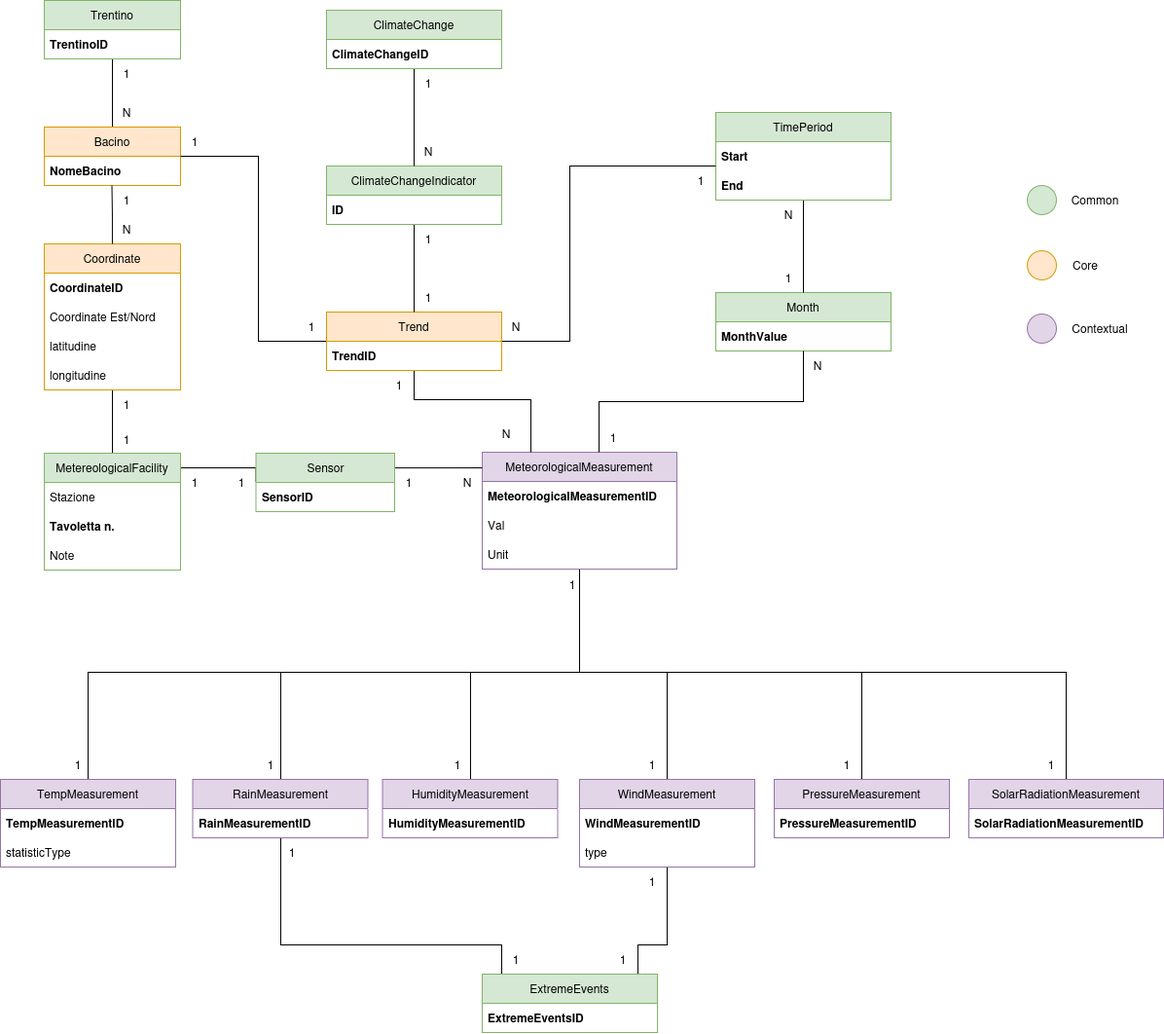
Before: Documentation/images/ER.png, a diagram exported from draw.io (zerise000/KG_Project2025_ClimateChange). Source tidied: cells renumbered, new cells last; positions are measured from the earlier drawing's top-left corner, leaving out a move shared by most shapes.
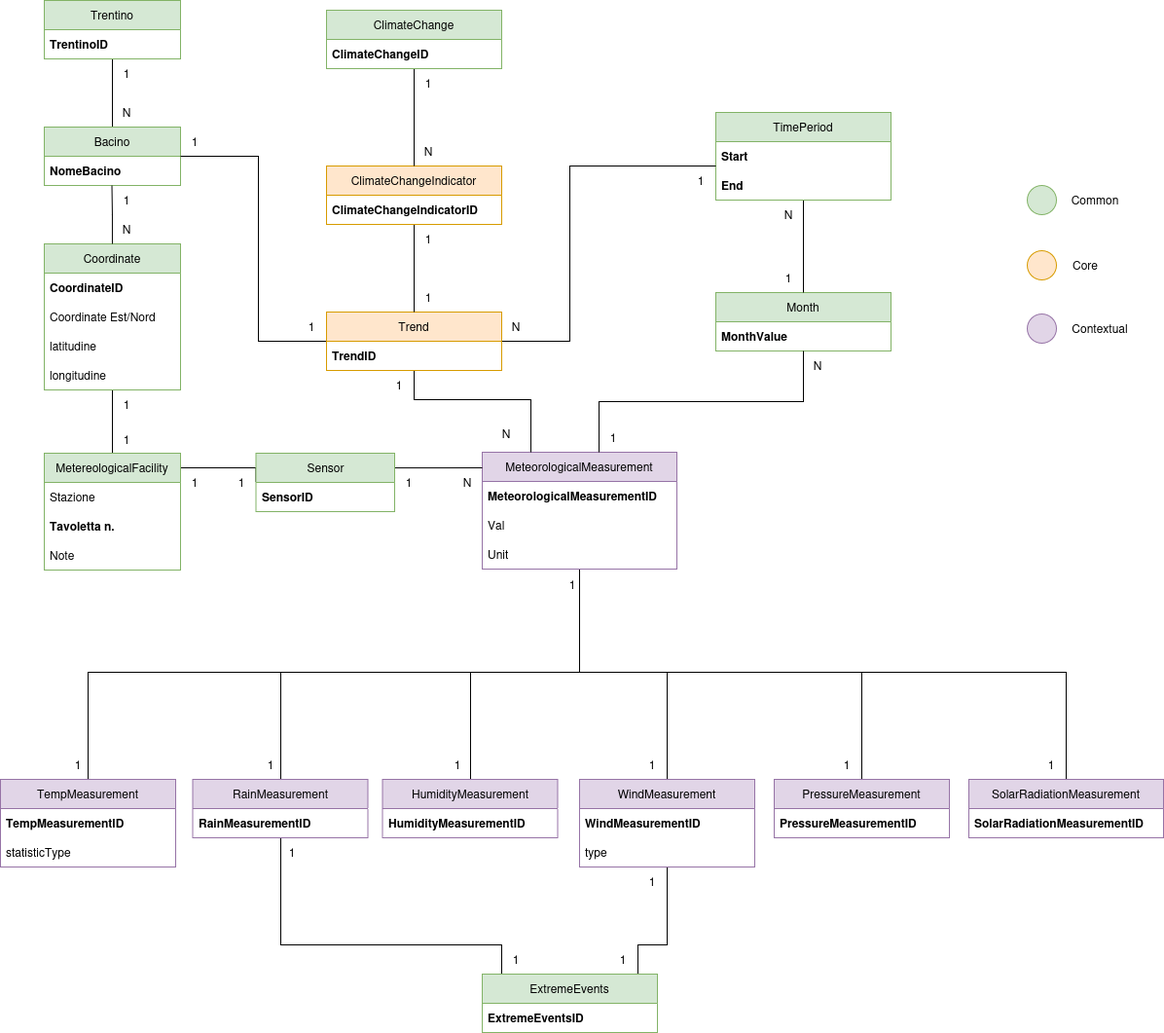
After the commit.

The edit, as a diff of the source:
```diff
@@ -84,7 +84,7 @@
     <mxCell id="17" value="Unit" style="text;strokeColor=none;fillColor=none;align=left;verticalAlign=middle;spacingLeft=4;spacingRight=4;overflow=hidden;whiteSpace=wrap;html=1;labelBackgroundColor=none;" parent="14" vertex="1">
       <mxGeometry y="90" width="200" height="30" as="geometry" />
     </mxCell>
-    <mxCell id="18" value="Coordinate" style="swimlane;fontStyle=0;horizontal=1;startSize=30;whiteSpace=wrap;html=1;labelBackgroundColor=none;fillColor=#ffe6cc;strokeColor=#d79b00;" parent="1" vertex="1">
+    <mxCell id="18" value="Coordinate" style="swimlane;fontStyle=0;horizontal=1;startSize=30;whiteSpace=wrap;html=1;labelBackgroundColor=none;fillColor=#d5e8d4;strokeColor=#82b366;" parent="1" vertex="1">
       <mxGeometry x="45" y="250" width="140" height="150" as="geometry" />
     </mxCell>
     <mxCell id="19" value="CoordinateID" style="text;strokeColor=none;fillColor=none;align=left;verticalAlign=middle;spacingLeft=4;spacingRight=4;overflow=hidden;whiteSpace=wrap;html=1;labelBackgroundColor=none;fontStyle=1;" parent="18" vertex="1">
@@ -102,7 +102,7 @@
     <mxCell id="23" style="edgeStyle=orthogonalEdgeStyle;rounded=0;jettySize=auto;html=1;entryX=0.5;entryY=1;entryDx=0;entryDy=0;endArrow=none;endFill=0;" parent="1" edge="1" source="24" target="26">
       <mxGeometry relative="1" as="geometry" />
     </mxCell>
-    <mxCell id="24" value="Bacino" style="swimlane;fontStyle=0;horizontal=1;startSize=30;whiteSpace=wrap;html=1;labelBackgroundColor=none;fillColor=#ffe6cc;strokeColor=#d79b00;" parent="1" vertex="1">
+    <mxCell id="24" value="Bacino" style="swimlane;fontStyle=0;horizontal=1;startSize=30;whiteSpace=wrap;html=1;labelBackgroundColor=none;fillColor=#d5e8d4;strokeColor=#82b366;" parent="1" vertex="1">
       <mxGeometry x="45" y="130" width="140" height="60" as="geometry" />
     </mxCell>
     <mxCell id="25" value="NomeBacino" style="text;strokeColor=none;fillColor=none;align=left;verticalAlign=middle;spacingLeft=4;spacingRight=4;overflow=hidden;points=[[0,0.5],[1,0.5]];portConstraint=eastwest;whiteSpace=wrap;html=1;labelBackgroundColor=none;fontStyle=1;" parent="24" vertex="1">
@@ -243,10 +243,10 @@
     <mxCell id="60" style="edgeStyle=orthogonalEdgeStyle;rounded=0;jettySize=auto;html=1;startArrow=none;startFill=0;endArrow=none;endFill=0;" parent="1" edge="1" source="61" target="58">
       <mxGeometry relative="1" as="geometry" />
     </mxCell>
-    <mxCell id="61" value="ClimateChangeIndicator" style="swimlane;fontStyle=0;horizontal=1;startSize=30;whiteSpace=wrap;html=1;labelBackgroundColor=none;fillColor=#d5e8d4;strokeColor=#82b366;" parent="1" vertex="1">
+    <mxCell id="61" value="ClimateChangeIndicator" style="swimlane;fontStyle=0;horizontal=1;startSize=30;whiteSpace=wrap;html=1;labelBackgroundColor=none;fillColor=#ffe6cc;strokeColor=#d79b00;" parent="1" vertex="1">
       <mxGeometry x="335" y="170" width="180" height="60" as="geometry" />
     </mxCell>
-    <mxCell id="62" value="ID" style="text;strokeColor=none;fillColor=none;align=left;verticalAlign=middle;spacingLeft=4;spacingRight=4;overflow=hidden;whiteSpace=wrap;html=1;labelBackgroundColor=none;fontStyle=1;" parent="61" vertex="1">
+    <mxCell id="62" value="ClimateChangeIndicatorID" style="text;strokeColor=none;fillColor=none;align=left;verticalAlign=middle;spacingLeft=4;spacingRight=4;overflow=hidden;whiteSpace=wrap;html=1;labelBackgroundColor=none;fontStyle=1;" parent="61" vertex="1">
       <mxGeometry y="30" width="180" height="30" as="geometry" />
     </mxCell>
     <mxCell id="63" style="edgeStyle=orthogonalEdgeStyle;rounded=0;jettySize=auto;html=1;endArrow=none;endFill=0;" parent="1" edge="1" source="64" target="61">
```
